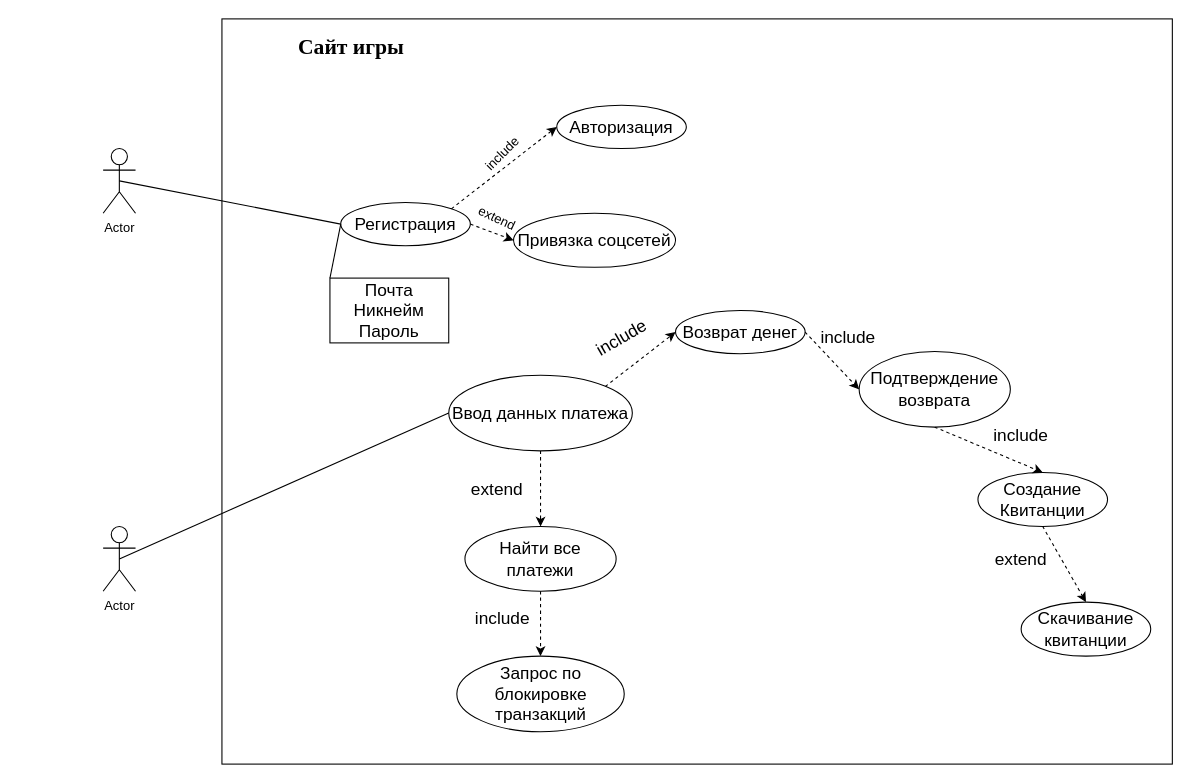
Before: UseCase пользовательская.drawio in Koloda2/UseCase, a draw.io diagram. Source tidied: cells renumbered, new cells numbered last; positions are measured from the earlier drawing's top-left corner, leaving out a move shared by most shapes. Both pictures are drawn from the tidied source at 108%, with x=0, y=0 at pixel (103, 18).
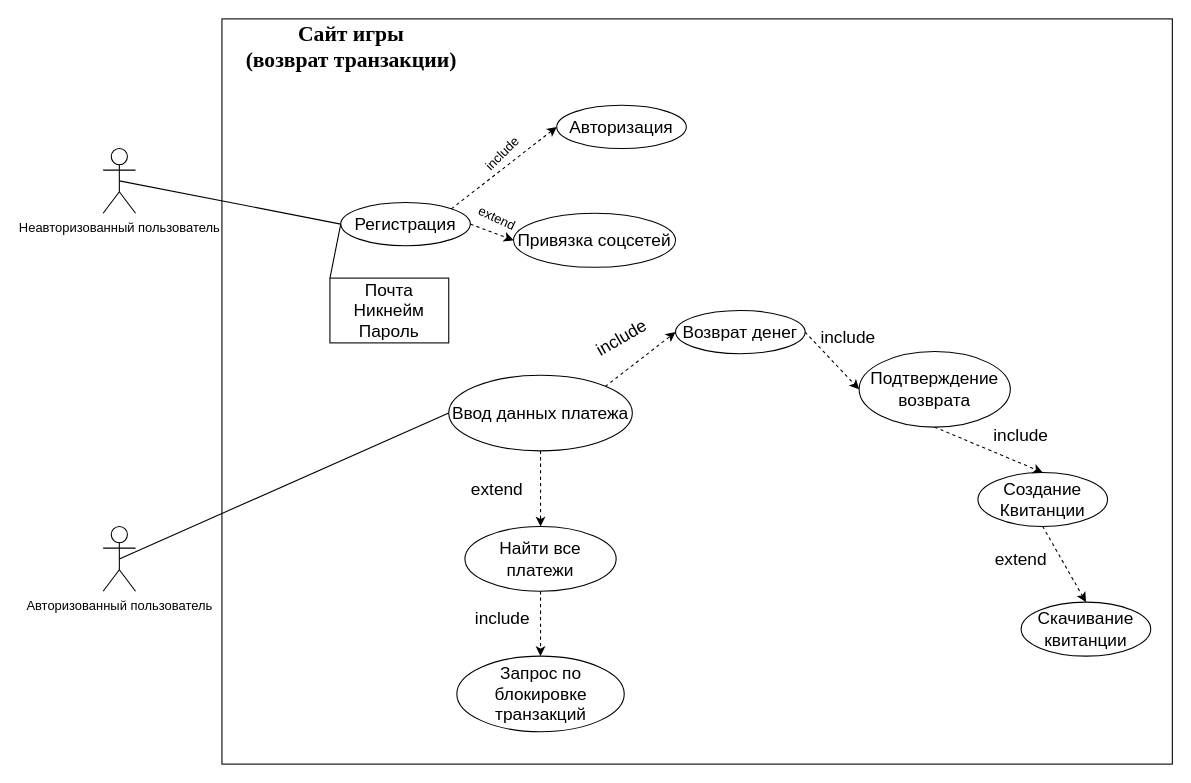
Above is the later version.

What changed in the source:
```diff
@@
-    <mxCell id="2" value="Actor" style="shape=umlActor;verticalLabelPosition=bottom;verticalAlign=top;html=1;outlineConnect=0;rounded=0;" parent="1" vertex="1">
+    <mxCell id="2" value="Неавторизованный пользователь" style="shape=umlActor;verticalLabelPosition=bottom;verticalAlign=top;html=1;outlineConnect=0;rounded=0;" parent="1" vertex="1">
       <mxGeometry y="120" width="30" height="60" as="geometry" />
     </mxCell>
@@
-    <mxCell id="4" value="Сайт игры" style="text;html=1;strokeColor=none;fillColor=none;align=center;verticalAlign=middle;whiteSpace=wrap;rounded=0;hachureGap=4;fontFamily=Times New Roman;fontSize=20;fontStyle=1;" parent="1" vertex="1">
+    <mxCell id="4" value="Сайт игры &lt;br&gt;(возврат транзакции)" style="text;html=1;strokeColor=none;fillColor=none;align=center;verticalAlign=middle;whiteSpace=wrap;rounded=0;hachureGap=4;fontFamily=Times New Roman;fontSize=20;fontStyle=1;" parent="1" vertex="1">
       <mxGeometry x="120" width="220" height="50" as="geometry" />
     </mxCell>
@@
-    <mxCell id="8" value="Actor" style="shape=umlActor;verticalLabelPosition=bottom;verticalAlign=top;html=1;outlineConnect=0;rounded=0;" parent="1" vertex="1">
+    <mxCell id="8" value="Авторизованный пользователь" style="shape=umlActor;verticalLabelPosition=bottom;verticalAlign=top;html=1;outlineConnect=0;rounded=0;" parent="1" vertex="1">
       <mxGeometry y="470" width="30" height="60" as="geometry" />
     </mxCell>
```
